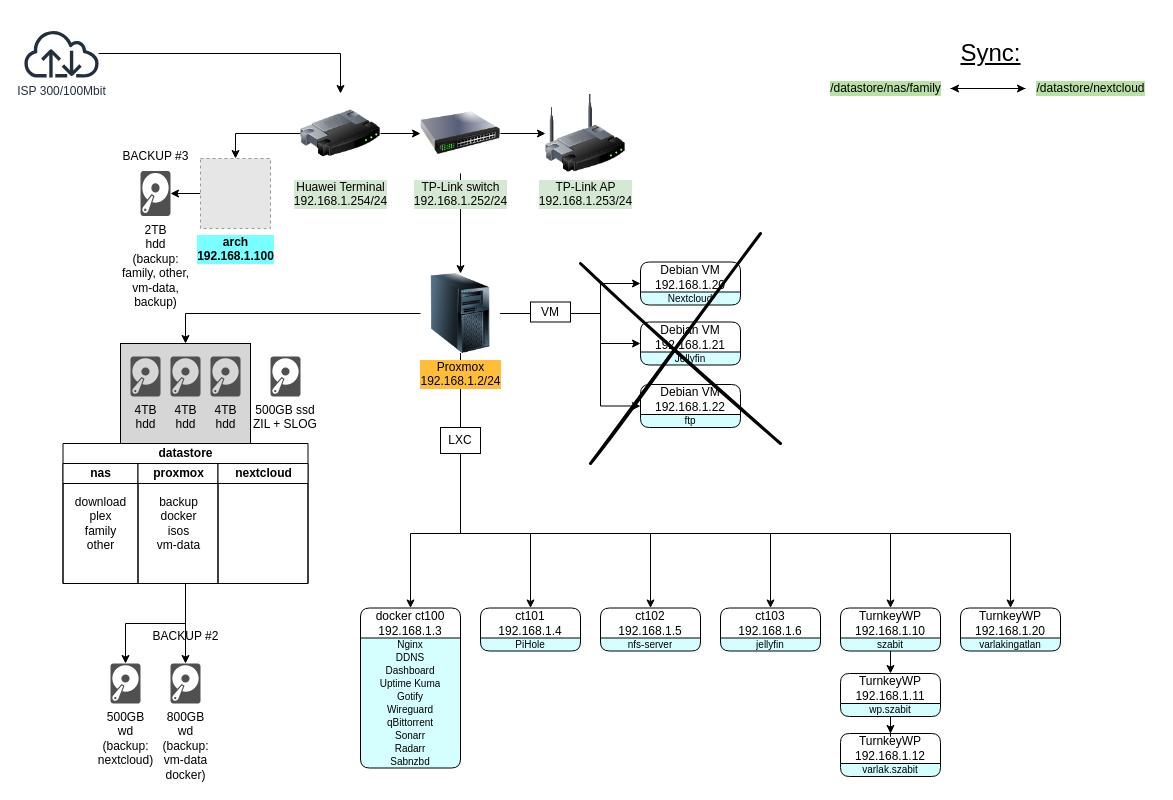
Before: selfhosted.drawio in tabzor/fff, a draw.io diagram. Source tidied: cells renumbered, new cells numbered last; positions are measured from the earlier drawing's top-left corner, leaving out a move shared by most shapes. Both pictures are drawn from the tidied source at 100%, with x=0, y=0 at pixel (22, 29). Pictures stored in the file or linked from it are replaced by grey dashed boxes.
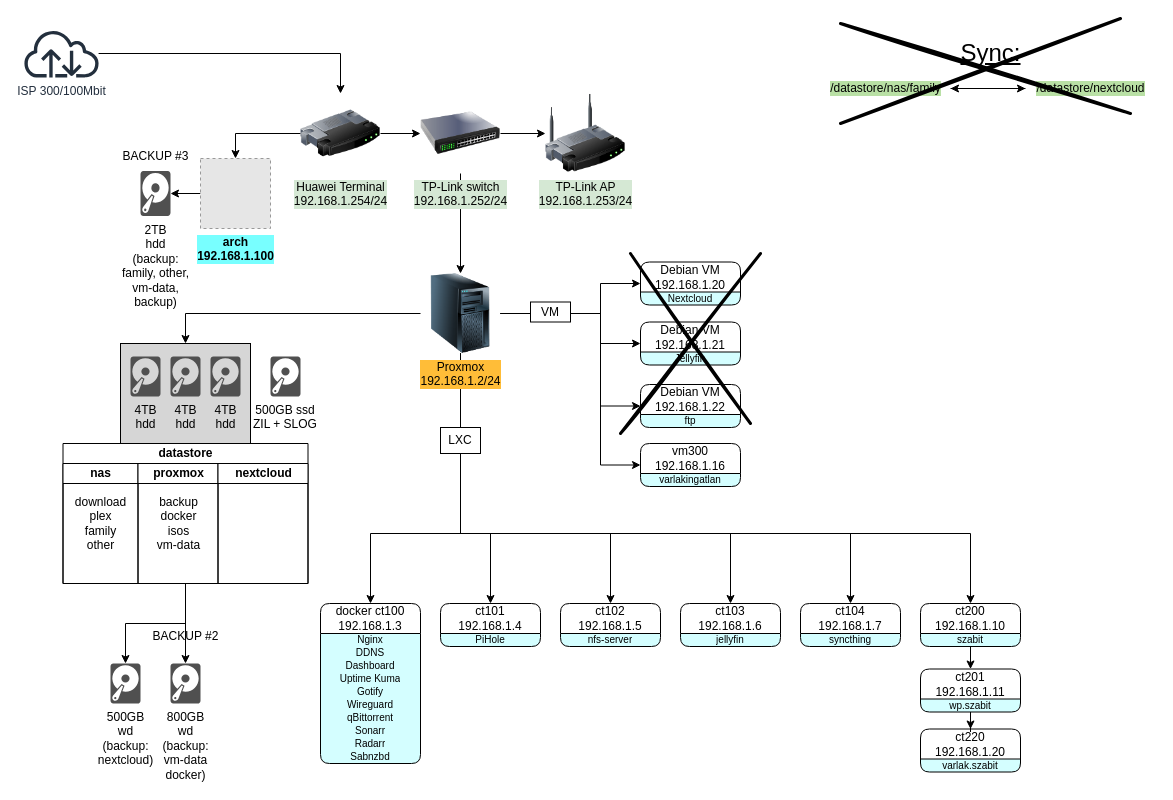
The same page after the edit.

Unchanged cells that the change refers to:
```xml
<mxCell id="34" value="&lt;div&gt;Proxmox&lt;/div&gt;&lt;div&gt;192.168.1.2/24&lt;br&gt;&lt;/div&gt;" style="image;html=1;image=img/lib/clip_art/computers/Server_Tower_128x128.png;labelBackgroundColor=#FFBD38;" parent="1" vertex="1">
  <mxGeometry x="398" y="244" width="80" height="80" as="geometry" />
</mxCell>
<mxCell id="71" value="LXC" style="whiteSpace=wrap;html=1;" parent="1" vertex="1">
  <mxGeometry x="418" y="398" width="40" height="26" as="geometry" />
</mxCell>
```

The edit, as a diff of the source:
```diff
@@
     <mxCell id="25" style="edgeStyle=orthogonalEdgeStyle;rounded=0;jettySize=auto;html=1;entryX=0.5;entryY=0;entryDx=0;entryDy=0;" parent="1" edge="1" source="34" target="45">
       <mxGeometry relative="1" as="geometry">
         <Array as="points">
           <mxPoint x="438" y="504" />
-          <mxPoint x="388" y="504" />
+          <mxPoint x="348" y="504" />
         </Array>
       </mxGeometry>
     </mxCell>
     <mxCell id="26" style="edgeStyle=orthogonalEdgeStyle;rounded=0;jettySize=auto;html=1;entryX=0.5;entryY=0;entryDx=0;entryDy=0;" parent="1" edge="1" source="34" target="65">
       <mxGeometry relative="1" as="geometry">
         <Array as="points">
           <mxPoint x="438" y="504" />
-          <mxPoint x="508" y="504" />
+          <mxPoint x="468" y="504" />
         </Array>
       </mxGeometry>
     </mxCell>
     <mxCell id="27" style="edgeStyle=orthogonalEdgeStyle;rounded=0;jettySize=auto;html=1;entryX=0.5;entryY=0;entryDx=0;entryDy=0;" parent="1" edge="1" source="34" target="63">
       <mxGeometry relative="1" as="geometry">
         <Array as="points">
           <mxPoint x="438" y="504" />
-          <mxPoint x="628" y="504" />
+          <mxPoint x="588" y="504" />
         </Array>
       </mxGeometry>
     </mxCell>
     <mxCell id="28" style="edgeStyle=orthogonalEdgeStyle;rounded=0;jettySize=auto;html=1;entryX=0.5;entryY=0;entryDx=0;entryDy=0;" parent="1" edge="1" source="71" target="59">
       <mxGeometry relative="1" as="geometry">
         <Array as="points">
           <mxPoint x="438" y="504" />
-          <mxPoint x="868" y="504" />
+          <mxPoint x="948" y="504" />
         </Array>
       </mxGeometry>
     </mxCell>
-    <mxCell id="29" style="edgeStyle=orthogonalEdgeStyle;rounded=0;jettySize=auto;html=1;entryX=0.5;entryY=0;entryDx=0;entryDy=0;" parent="1" edge="1" source="34" target="61">
-      <mxGeometry relative="1" as="geometry">
-        <Array as="points">
-          <mxPoint x="438" y="504" />
-          <mxPoint x="988" y="504" />
-        </Array>
-      </mxGeometry>
-    </mxCell>
@@
     <mxCell id="33" style="edgeStyle=orthogonalEdgeStyle;rounded=0;jettySize=auto;html=1;entryX=0.5;entryY=0;entryDx=0;entryDy=0;" parent="1" edge="1" source="34" target="82">
       <mxGeometry relative="1" as="geometry">
         <Array as="points">
           <mxPoint x="438" y="504" />
-          <mxPoint x="748" y="504" />
+          <mxPoint x="708" y="504" />
         </Array>
       </mxGeometry>
     </mxCell>
+    <mxCell id="84" style="edgeStyle=orthogonalEdgeStyle;rounded=0;jettySize=auto;html=1;" parent="1" edge="1" source="34" target="87">
+      <mxGeometry relative="1" as="geometry">
+        <Array as="points">
+          <mxPoint x="438" y="504" />
+          <mxPoint x="828" y="504" />
+        </Array>
+      </mxGeometry>
+    </mxCell>
+    <mxCell id="29" style="edgeStyle=orthogonalEdgeStyle;rounded=0;jettySize=auto;html=1;entryX=0;entryY=0.5;entryDx=0;entryDy=0;" parent="1" edge="1" source="34" target="61">
+      <mxGeometry relative="1" as="geometry">
+        <Array as="points">
+          <mxPoint x="578" y="284" />
+          <mxPoint x="578" y="436" />
+        </Array>
+      </mxGeometry>
+    </mxCell>
@@
     <mxCell id="45" value="&lt;div style=&quot;&quot;&gt;docker ct100&lt;br&gt;&lt;/div&gt;&lt;div style=&quot;&quot;&gt;&lt;font style=&quot;font-size: 12px;&quot;&gt;192.168.1.3&lt;font style=&quot;font-size: 12px;&quot;&gt;&lt;br&gt;&lt;/font&gt;&lt;/font&gt;&lt;/div&gt;" style="swimlane;fontStyle=0;horizontal=1;startSize=30;whiteSpace=wrap;html=1;labelBackgroundColor=none;labelBorderColor=none;swimlaneLine=1;strokeColor=default;rounded=1;swimlaneFillColor=#D4FEFF;fillColor=none;glass=0;shadow=0;arcSize=10;" parent="1" vertex="1">
-      <mxGeometry x="338" y="578.5" width="100" height="160" as="geometry" />
+      <mxGeometry x="298" y="574" width="100" height="160" as="geometry" />
     </mxCell>
@@
-    <mxCell id="59" value="&lt;div&gt;TurnkeyWP&lt;/div&gt;&lt;div&gt;192.168.1.10&lt;br&gt;&lt;/div&gt;" style="swimlane;fontStyle=0;horizontal=1;startSize=30;whiteSpace=wrap;html=1;labelBackgroundColor=none;labelBorderColor=none;swimlaneLine=1;strokeColor=default;rounded=1;swimlaneFillColor=#D4FEFF;fillColor=none;glass=0;shadow=0;arcSize=10;" parent="1" vertex="1">
-      <mxGeometry x="818" y="578.5" width="100" height="43" as="geometry" />
+    <mxCell id="59" value="&lt;div&gt;ct200&lt;/div&gt;&lt;div&gt;192.168.1.10&lt;br&gt;&lt;/div&gt;" style="swimlane;fontStyle=0;horizontal=1;startSize=30;whiteSpace=wrap;html=1;labelBackgroundColor=none;labelBorderColor=none;swimlaneLine=1;strokeColor=default;rounded=1;swimlaneFillColor=#D4FEFF;fillColor=none;glass=0;shadow=0;arcSize=10;" parent="1" vertex="1">
+      <mxGeometry x="898" y="574" width="100" height="43" as="geometry" />
     </mxCell>
@@
-    <mxCell id="61" value="&lt;div&gt;TurnkeyWP&lt;/div&gt;&lt;div&gt;192.168.1.20&lt;br&gt;&lt;/div&gt;" style="swimlane;fontStyle=0;horizontal=1;startSize=30;whiteSpace=wrap;html=1;labelBackgroundColor=none;labelBorderColor=none;swimlaneLine=1;strokeColor=default;rounded=1;swimlaneFillColor=#D4FEFF;fillColor=none;glass=0;shadow=0;arcSize=10;" parent="1" vertex="1">
-      <mxGeometry x="938" y="578.5" width="100" height="43" as="geometry" />
+    <mxCell id="61" value="&lt;div&gt;vm300&lt;br&gt;&lt;/div&gt;&lt;div&gt;192.168.1.16&lt;br&gt;&lt;/div&gt;" style="swimlane;fontStyle=0;horizontal=1;startSize=30;whiteSpace=wrap;html=1;labelBackgroundColor=none;labelBorderColor=none;swimlaneLine=1;strokeColor=default;rounded=1;swimlaneFillColor=#D4FEFF;fillColor=none;glass=0;shadow=0;arcSize=10;" parent="1" vertex="1">
+      <mxGeometry x="618" y="414" width="100" height="43" as="geometry" />
     </mxCell>
@@
     <mxCell id="63" value="ct102&lt;div style=&quot;&quot;&gt;&lt;font style=&quot;font-size: 12px;&quot;&gt;192.168.1.5&lt;font style=&quot;font-size: 12px;&quot;&gt;&lt;br&gt;&lt;/font&gt;&lt;/font&gt;&lt;/div&gt;" style="swimlane;fontStyle=0;horizontal=1;startSize=30;whiteSpace=wrap;html=1;labelBackgroundColor=none;labelBorderColor=none;swimlaneLine=1;strokeColor=default;rounded=1;swimlaneFillColor=#D4FEFF;fillColor=none;glass=0;shadow=0;arcSize=10;" parent="1" vertex="1">
-      <mxGeometry x="578" y="578.5" width="100" height="43" as="geometry" />
+      <mxGeometry x="538" y="574" width="100" height="43" as="geometry" />
     </mxCell>
@@
     <mxCell id="65" value="ct101&lt;div style=&quot;&quot;&gt;&lt;font style=&quot;font-size: 12px;&quot;&gt;192.168.1.4&lt;font style=&quot;font-size: 12px;&quot;&gt;&lt;br&gt;&lt;/font&gt;&lt;/font&gt;&lt;/div&gt;" style="swimlane;fontStyle=0;horizontal=1;startSize=30;whiteSpace=wrap;html=1;labelBackgroundColor=none;labelBorderColor=none;swimlaneLine=1;strokeColor=default;rounded=1;swimlaneFillColor=#D4FEFF;fillColor=none;glass=0;shadow=0;arcSize=10;" parent="1" vertex="1">
-      <mxGeometry x="458" y="578.5" width="100" height="43" as="geometry" />
+      <mxGeometry x="418" y="574" width="100" height="43" as="geometry" />
     </mxCell>
@@
-    <mxCell id="74" value="&lt;div&gt;TurnkeyWP&lt;/div&gt;&lt;div&gt;192.168.1.11&lt;/div&gt;" style="swimlane;fontStyle=0;horizontal=1;startSize=30;whiteSpace=wrap;html=1;labelBackgroundColor=none;labelBorderColor=none;swimlaneLine=1;strokeColor=default;rounded=1;swimlaneFillColor=#D4FEFF;fillColor=none;glass=0;shadow=0;arcSize=10;" parent="1" vertex="1">
-      <mxGeometry x="818" y="644" width="100" height="43" as="geometry" />
+    <mxCell id="74" value="&lt;div&gt;ct201&lt;/div&gt;&lt;div&gt;192.168.1.11&lt;/div&gt;" style="swimlane;fontStyle=0;horizontal=1;startSize=30;whiteSpace=wrap;html=1;labelBackgroundColor=none;labelBorderColor=none;swimlaneLine=1;strokeColor=default;rounded=1;swimlaneFillColor=#D4FEFF;fillColor=none;glass=0;shadow=0;arcSize=10;" parent="1" vertex="1">
+      <mxGeometry x="898" y="639.5" width="100" height="43" as="geometry" />
     </mxCell>
@@
-    <mxCell id="76" value="&lt;div&gt;TurnkeyWP&lt;/div&gt;&lt;div&gt;192.168.1.12&lt;/div&gt;" style="swimlane;fontStyle=0;horizontal=1;startSize=30;whiteSpace=wrap;html=1;labelBackgroundColor=none;labelBorderColor=none;swimlaneLine=1;strokeColor=default;rounded=1;swimlaneFillColor=#D4FEFF;fillColor=none;glass=0;shadow=0;arcSize=10;" parent="1" vertex="1">
-      <mxGeometry x="818" y="704" width="100" height="43" as="geometry" />
+    <mxCell id="76" value="&lt;div&gt;ct220&lt;/div&gt;&lt;div&gt;192.168.1.20&lt;/div&gt;" style="swimlane;fontStyle=0;horizontal=1;startSize=30;whiteSpace=wrap;html=1;labelBackgroundColor=none;labelBorderColor=none;swimlaneLine=1;strokeColor=default;rounded=1;swimlaneFillColor=#D4FEFF;fillColor=none;glass=0;shadow=0;arcSize=10;" parent="1" vertex="1">
+      <mxGeometry x="898" y="699.5" width="100" height="43" as="geometry" />
     </mxCell>
@@
     <mxCell id="80" style="endArrow=none;html=1;rounded=0;strokeWidth=3;sketch=1;curveFitting=1;jiggle=2;" parent="1" edge="1">
       <mxGeometry relative="1" as="geometry">
-        <mxPoint x="568" y="434" as="sourcePoint" />
-        <mxPoint x="738" y="204" as="targetPoint" />
+        <mxPoint x="598" y="404" as="sourcePoint" />
+        <mxPoint x="738" y="224" as="targetPoint" />
       </mxGeometry>
     </mxCell>
     <mxCell id="81" style="endArrow=none;html=1;rounded=0;strokeWidth=3;sketch=1;curveFitting=1;jiggle=2;" parent="1" edge="1">
       <mxGeometry relative="1" as="geometry">
-        <mxPoint x="558" y="234" as="sourcePoint" />
-        <mxPoint x="758" y="414" as="targetPoint" />
+        <mxPoint x="608" y="224" as="sourcePoint" />
+        <mxPoint x="728" y="394" as="targetPoint" />
       </mxGeometry>
     </mxCell>
     <mxCell id="82" value="&lt;div&gt;ct103&lt;br&gt;&lt;/div&gt;&lt;div&gt;192.168.1.6&lt;br&gt;&lt;/div&gt;" style="swimlane;fontStyle=0;horizontal=1;startSize=30;whiteSpace=wrap;html=1;labelBackgroundColor=none;labelBorderColor=none;swimlaneLine=1;strokeColor=default;rounded=1;swimlaneFillColor=#D4FEFF;fillColor=none;glass=0;shadow=0;arcSize=10;" parent="1" vertex="1">
-      <mxGeometry x="698" y="578.5" width="100" height="43" as="geometry" />
+      <mxGeometry x="658" y="574" width="100" height="43" as="geometry" />
     </mxCell>
@@
+    <mxCell id="85" style="endArrow=none;html=1;rounded=0;strokeWidth=3;sketch=1;curveFitting=1;jiggle=2;" parent="1" edge="1">
+      <mxGeometry relative="1" as="geometry">
+        <mxPoint x="818" y="94" as="sourcePoint" />
+        <mxPoint x="1098" y="-11" as="targetPoint" />
+      </mxGeometry>
+    </mxCell>
+    <mxCell id="86" style="endArrow=none;html=1;rounded=0;strokeWidth=3;sketch=1;curveFitting=1;jiggle=2;" parent="1" edge="1">
+      <mxGeometry relative="1" as="geometry">
+        <mxPoint x="818" y="-6" as="sourcePoint" />
+        <mxPoint x="1108" y="84" as="targetPoint" />
+      </mxGeometry>
+    </mxCell>
+    <mxCell id="87" value="&lt;div&gt;ct104&lt;br&gt;&lt;/div&gt;&lt;div&gt;192.168.1.7&lt;br&gt;&lt;/div&gt;" style="swimlane;fontStyle=0;horizontal=1;startSize=30;whiteSpace=wrap;html=1;labelBackgroundColor=none;labelBorderColor=none;swimlaneLine=1;strokeColor=default;rounded=1;swimlaneFillColor=#D4FEFF;fillColor=none;glass=0;shadow=0;arcSize=10;" parent="1" vertex="1">
+      <mxGeometry x="778" y="574" width="100" height="43" as="geometry" />
+    </mxCell>
+    <mxCell id="88" value="syncthing" style="text;strokeColor=none;fillColor=none;align=center;verticalAlign=top;spacingLeft=4;spacingRight=4;overflow=hidden;fontSize=10;horizontal=1;labelPosition=center;verticalLabelPosition=top;html=1;whiteSpace=wrap;spacing=9;" parent="87" vertex="1">
+      <mxGeometry y="30" width="100" height="13" as="geometry" />
+    </mxCell>
```
